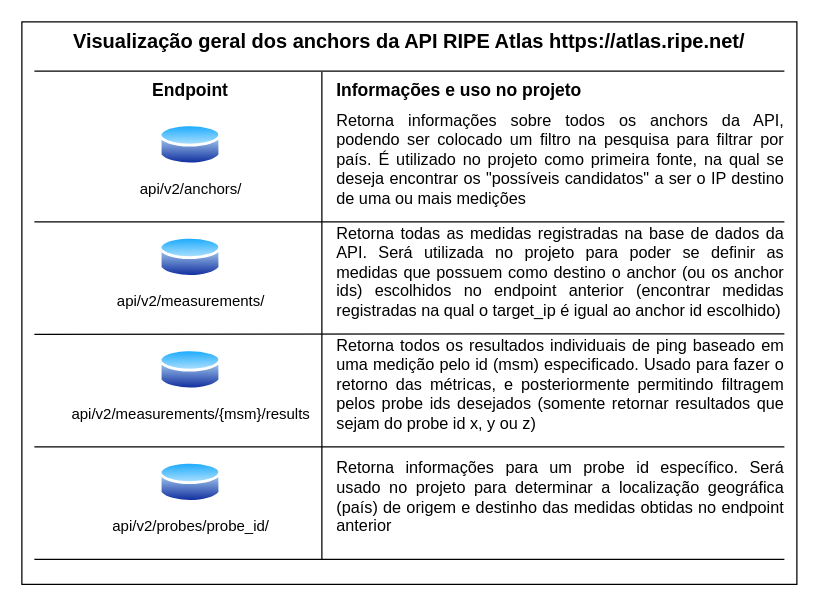
This is docs/data_collection/api_endpoints.drawio from Rodrigo3441/netpulse-sistema-monitor-de-redes, a draw.io file, before an edit. Source tidied: cells renumbered, new cells numbered last; positions are measured from the earlier drawing's top-left corner, leaving out a move shared by most shapes. Both pictures are drawn from the tidied source at 125%, with x=0, y=0 at pixel (21, 21).
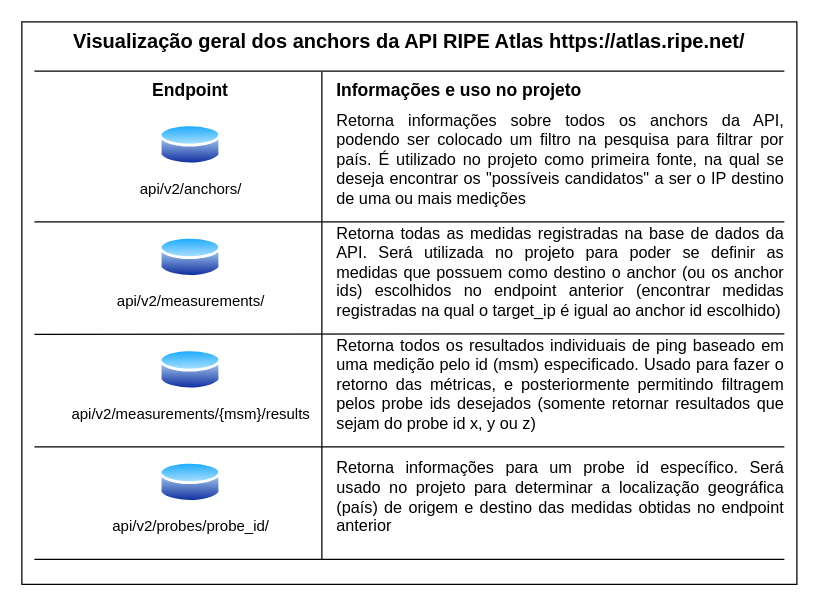
The same page after the edit.

Commit message (it also covers changes not shown here):
Corrigir erro de ortografia no diagrama

What changed in the source:
```diff
@@
-    <mxCell id="17" value="&lt;div style=&quot;text-align: justify;&quot;&gt;&lt;span style=&quot;font-size: 13px;&quot;&gt;Retorna informações para um probe id específico. Será usado no projeto para determinar a localização geográfica (país) de origem e destinho das medidas obtidas no endpoint anterior&lt;/span&gt;&lt;/div&gt;" style="text;html=1;whiteSpace=wrap;strokeColor=none;fillColor=none;align=left;verticalAlign=middle;rounded=0;" parent="1" vertex="1">
+    <mxCell id="17" value="&lt;div style=&quot;text-align: justify;&quot;&gt;&lt;span style=&quot;font-size: 13px;&quot;&gt;Retorna informações para um probe id específico. Será usado no projeto para determinar a localização geográfica (país) de origem e destino das medidas obtidas no endpoint anterior&lt;/span&gt;&lt;/div&gt;" style="text;html=1;whiteSpace=wrap;strokeColor=none;fillColor=none;align=left;verticalAlign=middle;rounded=0;" parent="1" vertex="1">
       <mxGeometry x="250" y="340" width="360" height="80" as="geometry" />
     </mxCell>
```
